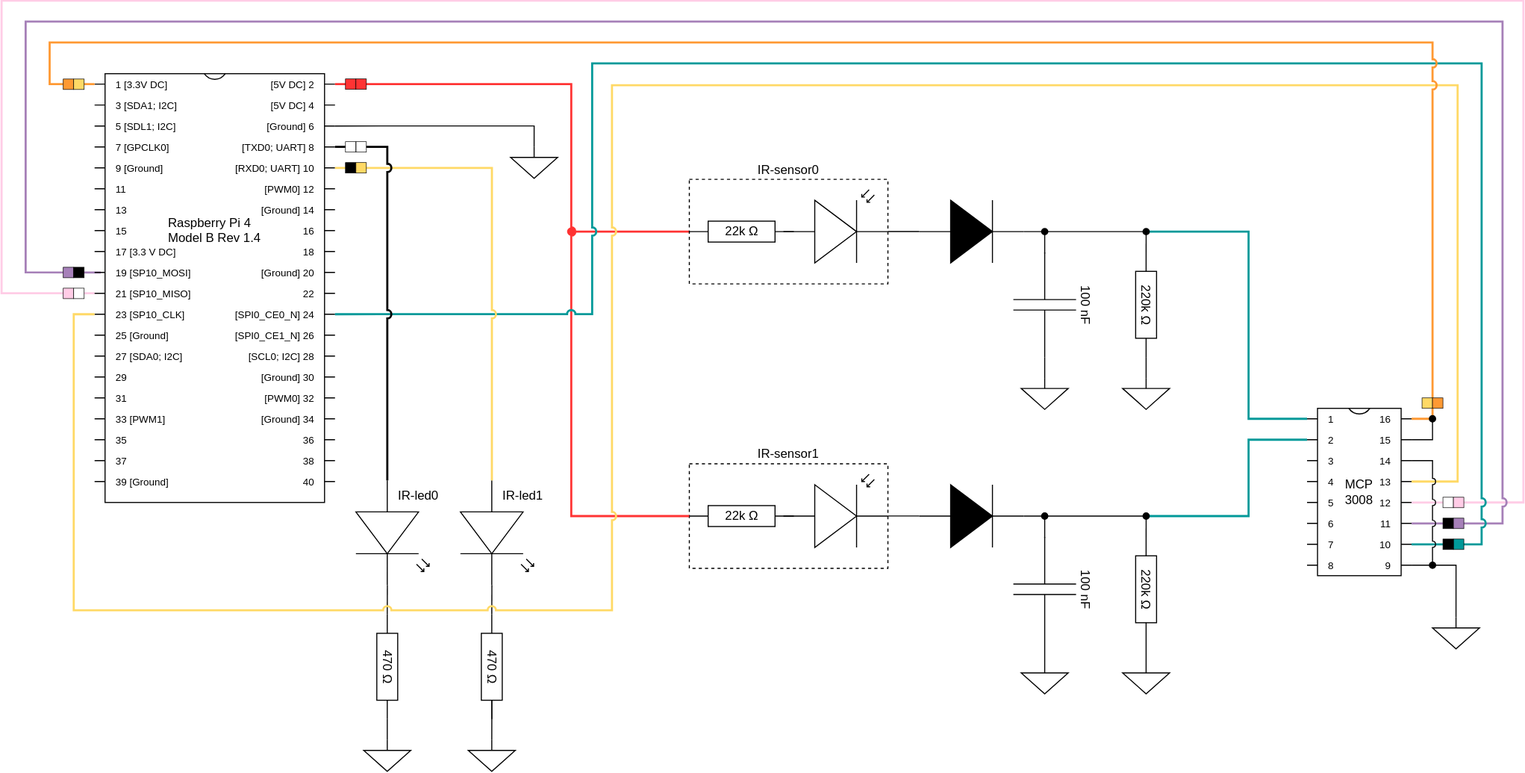
Above: ir_sensor_raspberry_pi_wiring_diagram.svg in olivers1/ir_sensor_visitor_counter_v3 (draw.io), before the change. Source tidied: cells renumbered, new cells last; positions are measured from the earlier drawing's top-left corner, leaving out a move shared by most shapes.
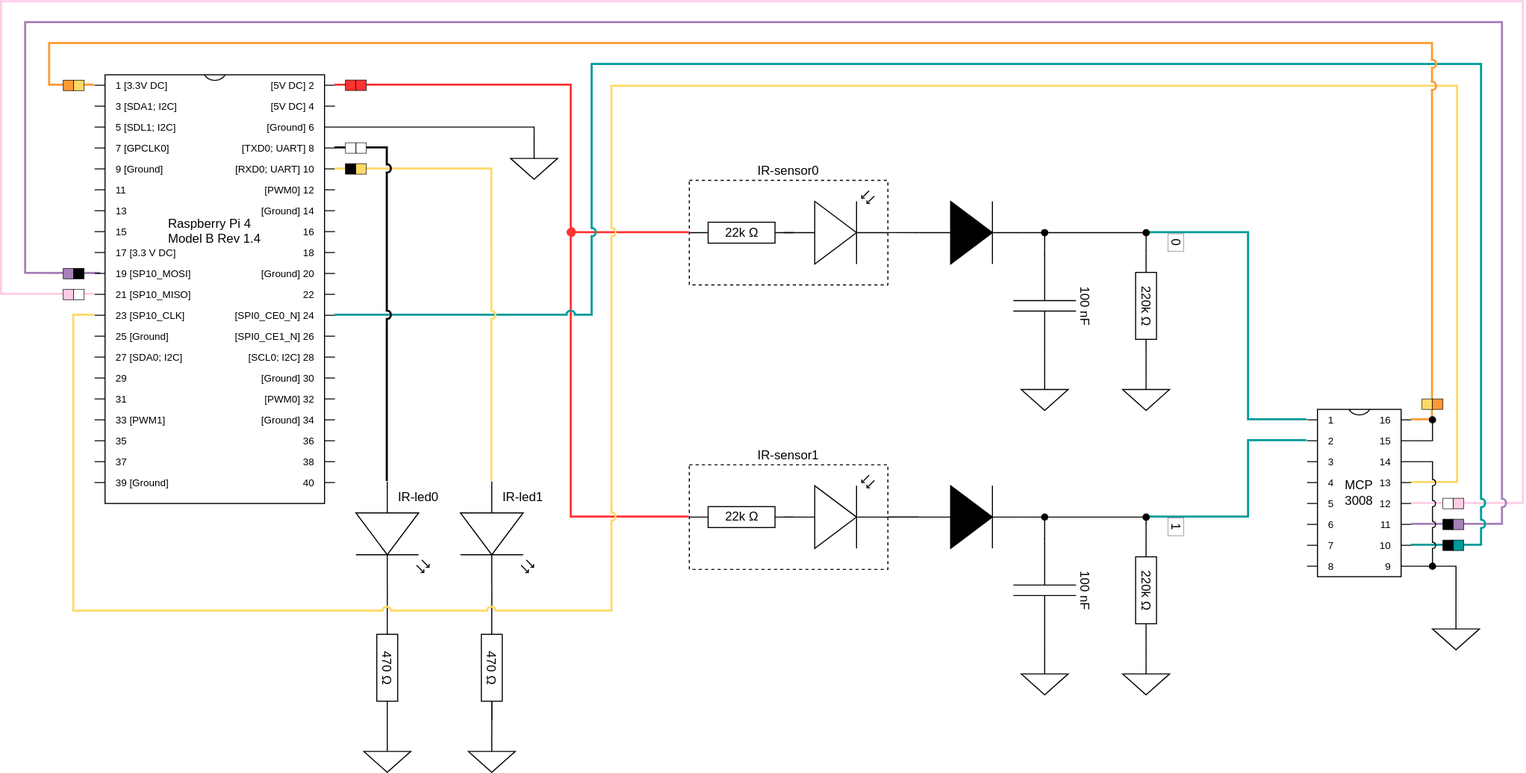
Later version of the same file.

Commit message:
program and sensors are working, run frecuency set and wiring diagram updated

What changed in the source:
```diff
@@ -374,5 +374,11 @@
         <mxPoint x="1369" y="399.9" as="targetPoint" />
       </mxGeometry>
     </mxCell>
+    <mxCell id="92" value="&lt;font style=&quot;color: rgb(0, 0, 0);&quot;&gt;0&lt;/font&gt;" style="text;html=1;whiteSpace=wrap;strokeColor=#000000;fillColor=#FFFFFF;align=center;verticalAlign=middle;rounded=0;rotation=90;strokeWidth=0.25;" parent="1" vertex="1">
+      <mxGeometry x="1115" y="223" width="17" height="14.9" as="geometry" />
+    </mxCell>
+    <mxCell id="93" value="&lt;font style=&quot;color: rgb(0, 0, 0);&quot;&gt;1&lt;/font&gt;" style="text;html=1;whiteSpace=wrap;strokeColor=#000000;fillColor=#FFFFFF;align=center;verticalAlign=middle;rounded=0;rotation=90;strokeWidth=0.25;" parent="1" vertex="1">
+      <mxGeometry x="1115" y="494.9" width="17" height="14.9" as="geometry" />
+    </mxCell>
   </root>
 </mxGraphModel>
```
